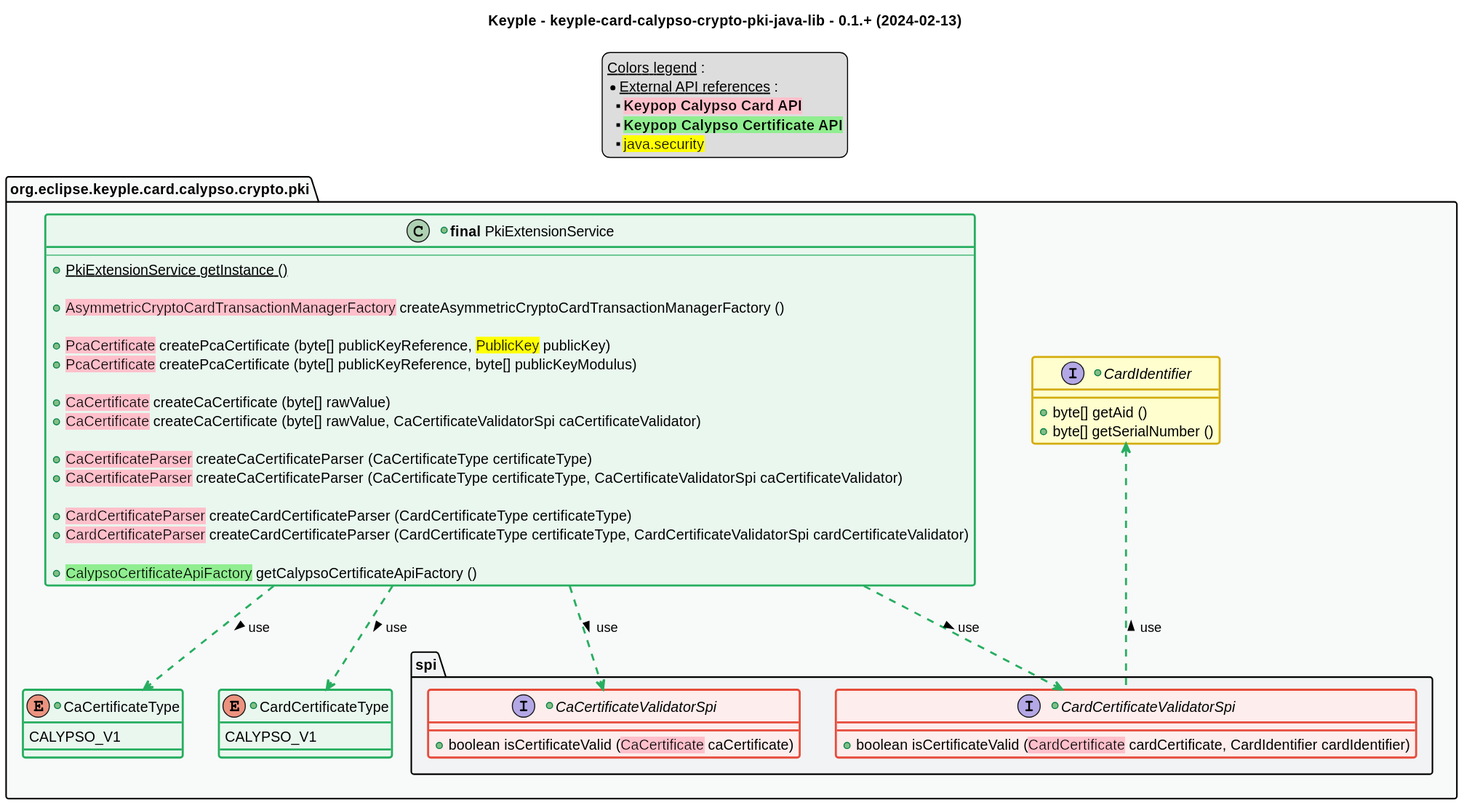
eclipse-keyple/keyple-card-calypso-crypto-pki-java-lib keeps this PlantUML diagram as src/main/uml/api_class_diagram.svg. Above is the earlier version.
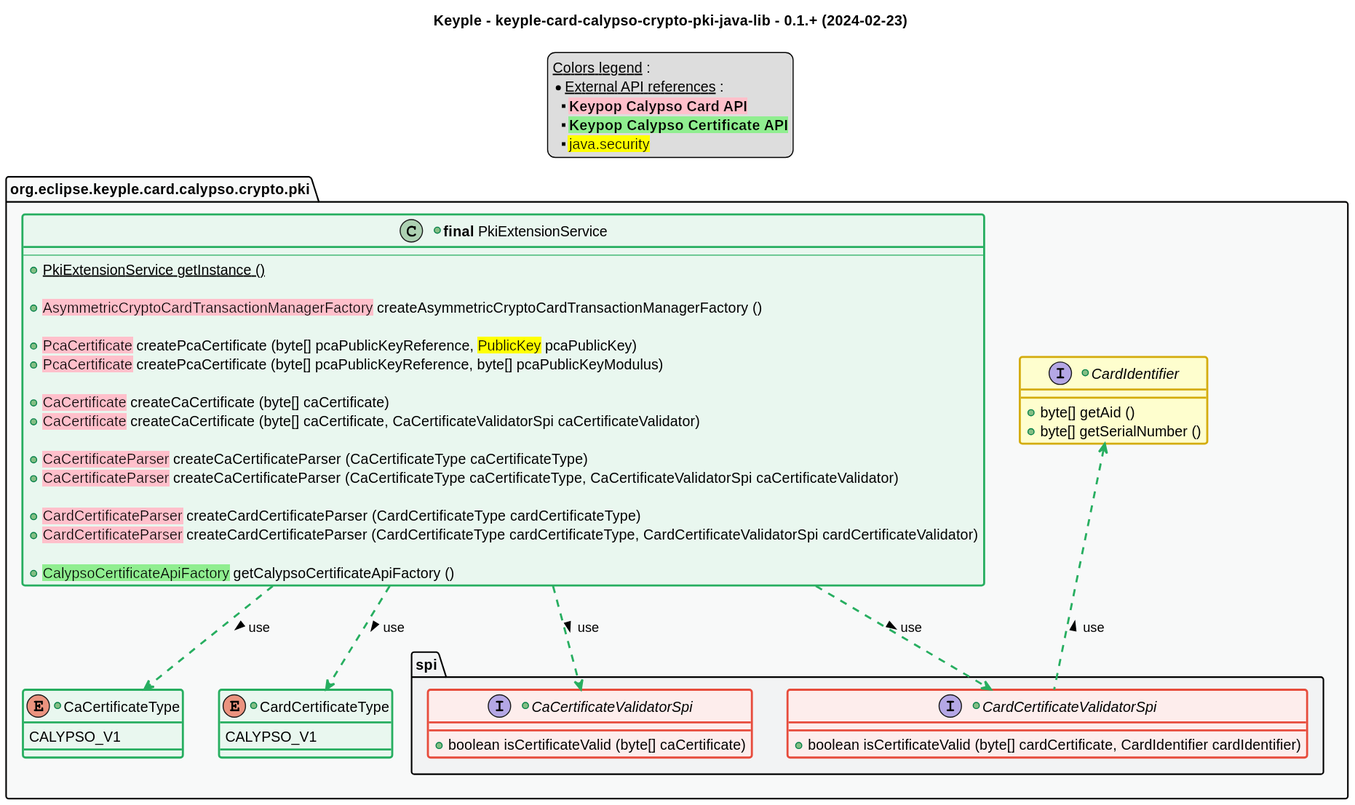
Above is the later version.

The edit, as a diff of the source:
```diff
@@ -1,6 +1,6 @@
 @startuml
 title
-    Keyple - keyple-card-calypso-crypto-pki-java-lib - 0.1.+ (2024-02-13)
+    Keyple - keyple-card-calypso-crypto-pki-java-lib - 0.1.+ (2024-02-23)
 end title
 
 
@@ -55,17 +55,17 @@
 
         +<back:pink>AsymmetricCryptoCardTransactionManagerFactory</back> createAsymmetricCryptoCardTransactionManagerFactory ()
 
-        +<back:pink>PcaCertificate</back> createPcaCertificate (byte[] publicKeyReference, <back:yellow>PublicKey</back> publicKey)
-        +<back:pink>PcaCertificate</back> createPcaCertificate (byte[] publicKeyReference, byte[] publicKeyModulus)
+        +<back:pink>PcaCertificate</back> createPcaCertificate (byte[] pcaPublicKeyReference, <back:yellow>PublicKey</back> pcaPublicKey)
+        +<back:pink>PcaCertificate</back> createPcaCertificate (byte[] pcaPublicKeyReference, byte[] pcaPublicKeyModulus)
 
-        +<back:pink>CaCertificate</back> createCaCertificate (byte[] rawValue)
-        +<back:pink>CaCertificate</back> createCaCertificate (byte[] rawValue, CaCertificateValidatorSpi caCertificateValidator)
+        +<back:pink>CaCertificate</back> createCaCertificate (byte[] caCertificate)
+        +<back:pink>CaCertificate</back> createCaCertificate (byte[] caCertificate, CaCertificateValidatorSpi caCertificateValidator)
 
-        +<back:pink>CaCertificateParser</back> createCaCertificateParser (CaCertificateType certificateType)
-        +<back:pink>CaCertificateParser</back> createCaCertificateParser (CaCertificateType certificateType, CaCertificateValidatorSpi caCertificateValidator)
+        +<back:pink>CaCertificateParser</back> createCaCertificateParser (CaCertificateType caCertificateType)
+        +<back:pink>CaCertificateParser</back> createCaCertificateParser (CaCertificateType caCertificateType, CaCertificateValidatorSpi caCertificateValidator)
 
-        +<back:pink>CardCertificateParser</back> createCardCertificateParser (CardCertificateType certificateType)
-        +<back:pink>CardCertificateParser</back> createCardCertificateParser (CardCertificateType certificateType, CardCertificateValidatorSpi cardCertificateValidator)
+        +<back:pink>CardCertificateParser</back> createCardCertificateParser (CardCertificateType cardCertificateType)
+        +<back:pink>CardCertificateParser</back> createCardCertificateParser (CardCertificateType cardCertificateType, CardCertificateValidatorSpi cardCertificateValidator)
 
         +<back:lightgreen>CalypsoCertificateApiFactory</back> getCalypsoCertificateApiFactory ()
     }
@@ -81,10 +81,10 @@
     }
     package spi {
         +interface "CaCertificateValidatorSpi" as CaCertificateValidatorSpi <<red>> {
-            +boolean isCertificateValid (<back:pink>CaCertificate</back> caCertificate)
+            +boolean isCertificateValid (byte[] caCertificate)
         }
         +interface "CardCertificateValidatorSpi" as CardCertificateValidatorSpi <<red>> {
-            +boolean isCertificateValid (<back:pink>CardCertificate</back> cardCertificate, CardIdentifier cardIdentifier)
+            +boolean isCertificateValid (byte[] cardCertificate, CardIdentifier cardIdentifier)
         }
     }
 }
```
